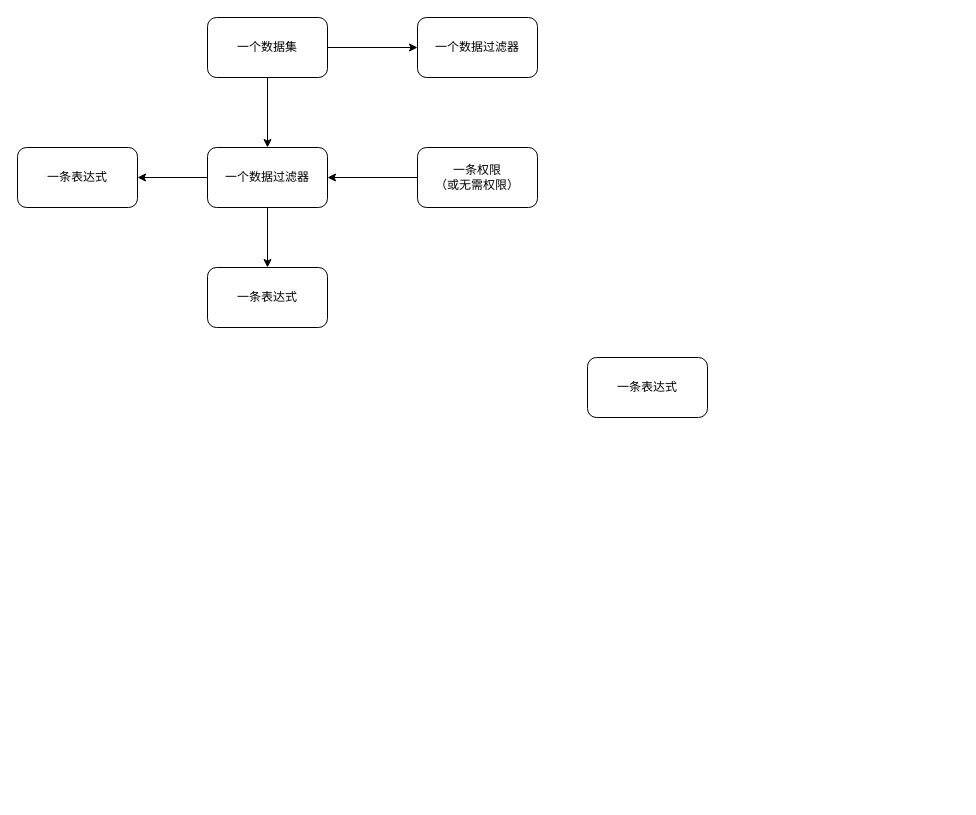
The draw.io diagram page "Dataset Struct" (6 of 6) of 结构分析.drawio in uiosun/diagrams, before the edit. Source tidied: cells renumbered, new cells numbered last; positions are measured from the earlier drawing's top-left corner, leaving out a move shared by most shapes. Both pictures are drawn from the tidied source at 100%, with x=0, y=0 at pixel (17, 17).
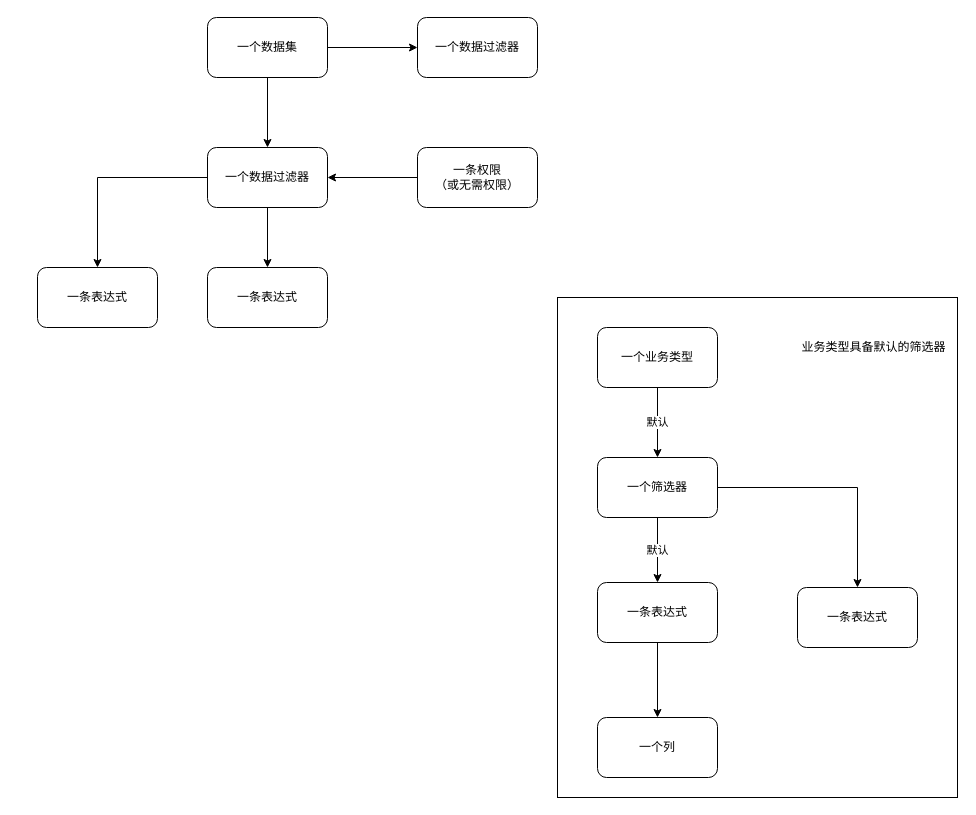
Above is the later version.

Change to the diagram source:
```diff
@@
+    <mxCell id="14" style="group;" parent="1" vertex="1">
+      <mxGeometry x="540" y="280" width="400" height="500" as="geometry" />
+    </mxCell>
+    <mxCell id="15" style="rounded=0;whiteSpace=wrap;html=1;" parent="14" vertex="1">
+      <mxGeometry width="400" height="500" as="geometry" />
+    </mxCell>
+    <mxCell id="16" value="业务类型具备默认的筛选器" style="text;html=1;align=center;verticalAlign=middle;strokeColor=none;fillColor=none;" parent="14" vertex="1">
+      <mxGeometry x="231.1" y="35" width="170" height="30" as="geometry" />
+    </mxCell>
@@
     <mxCell id="10" value="一条表达式" style="rounded=1;whiteSpace=wrap;html=1;" parent="1" vertex="1">
-      <mxGeometry y="130" width="120" height="60" as="geometry" />
+      <mxGeometry x="20" y="250" width="120" height="60" as="geometry" />
     </mxCell>
-    <mxCell id="11" value="一条表达式" style="rounded=1;whiteSpace=wrap;html=1;" parent="1" vertex="1">
-      <mxGeometry x="570" y="340" width="120" height="60" as="geometry" />
-    </mxCell>
@@
+    <mxCell id="17" value="默认" style="edgeStyle=orthogonalEdgeStyle;rounded=0;jettySize=auto;html=1;" parent="1" edge="1" source="19" target="21">
+      <mxGeometry relative="1" as="geometry" />
+    </mxCell>
+    <mxCell id="18" style="edgeStyle=orthogonalEdgeStyle;rounded=0;jettySize=auto;html=1;" parent="1" edge="1" source="19" target="22">
+      <mxGeometry relative="1" as="geometry" />
+    </mxCell>
+    <mxCell id="19" value="&lt;div&gt;一个筛选器&lt;/div&gt;" style="rounded=1;whiteSpace=wrap;html=1;" parent="1" vertex="1">
+      <mxGeometry x="580" y="440" width="120" height="60" as="geometry" />
+    </mxCell>
+    <mxCell id="20" style="edgeStyle=orthogonalEdgeStyle;rounded=0;jettySize=auto;html=1;" parent="1" edge="1" source="21" target="23">
+      <mxGeometry relative="1" as="geometry" />
+    </mxCell>
+    <mxCell id="21" value="一条表达式" style="rounded=1;whiteSpace=wrap;html=1;" parent="1" vertex="1">
+      <mxGeometry x="580" y="565" width="120" height="60" as="geometry" />
+    </mxCell>
+    <mxCell id="22" value="一条表达式" style="rounded=1;whiteSpace=wrap;html=1;" parent="1" vertex="1">
+      <mxGeometry x="780" y="570" width="120" height="60" as="geometry" />
+    </mxCell>
+    <mxCell id="23" value="一个列" style="rounded=1;whiteSpace=wrap;html=1;" parent="1" vertex="1">
+      <mxGeometry x="580" y="700" width="120" height="60" as="geometry" />
+    </mxCell>
+    <mxCell id="24" value="默认" style="edgeStyle=orthogonalEdgeStyle;rounded=0;jettySize=auto;html=1;" parent="1" edge="1" source="25" target="19">
+      <mxGeometry relative="1" as="geometry" />
+    </mxCell>
+    <mxCell id="25" value="&lt;div&gt;一个业务类型&lt;/div&gt;" style="rounded=1;whiteSpace=wrap;html=1;" parent="1" vertex="1">
+      <mxGeometry x="580" y="310" width="120" height="60" as="geometry" />
+    </mxCell>
```
